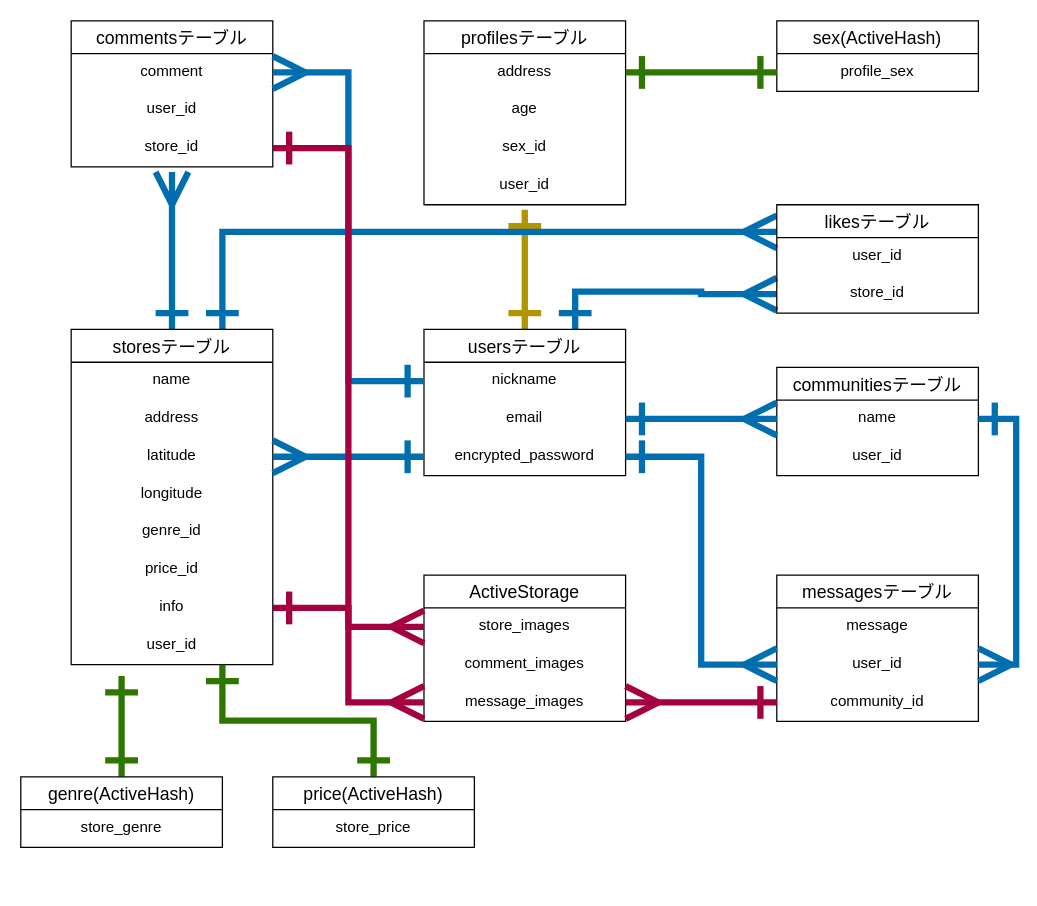
fujiidan/local-eating keeps this draw.io diagram as local-eating.dio. Above is the earlier version. Source tidied: cells renumbered, new cells numbered last; positions are measured from the earlier drawing's top-left corner, leaving out a move shared by most shapes. Both pictures are drawn from the tidied source at 126%, with x=0, y=0 at pixel (20, 20).
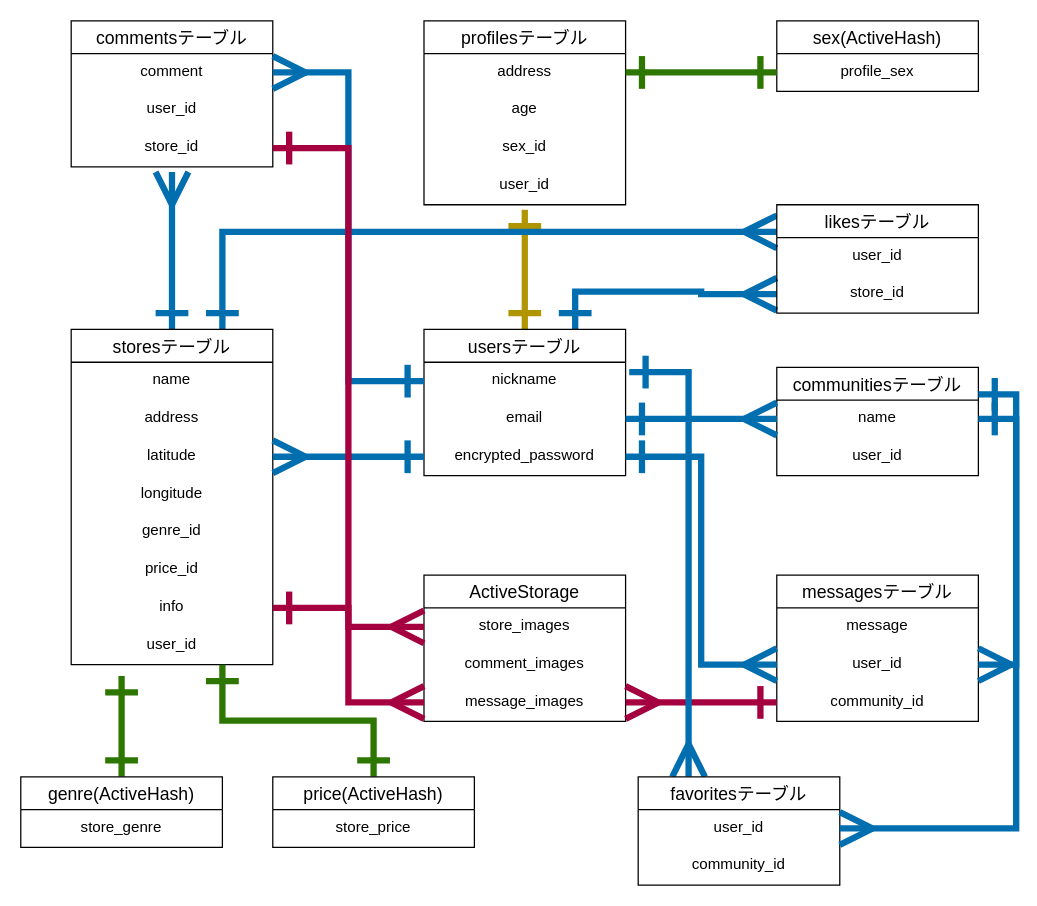
The same page after the edit.

Unchanged cells that the change refers to:
```xml
<mxCell id="5" value="nickname" style="text;strokeColor=none;fillColor=none;spacingLeft=4;spacingRight=4;overflow=hidden;points=[[0,0.5],[1,0.5]];portConstraint=eastwest;fontSize=12;align=center;" parent="4" vertex="1">
  <mxGeometry y="26" width="160" height="30" as="geometry" />
</mxCell>
<mxCell id="28" value="communitiesテーブル" style="swimlane;fontStyle=0;horizontal=1;startSize=26;align=center;fontSize=14;" parent="1" vertex="1">
  <mxGeometry x="600" y="275" width="160" height="86" as="geometry" />
</mxCell>
```

Diff of the diagram source:
```diff
@@
+    <mxCell id="59" style="edgeStyle=orthogonalEdgeStyle;rounded=0;jettySize=auto;html=1;exitX=0.25;exitY=0;exitDx=0;exitDy=0;entryX=1.018;entryY=0.26;entryDx=0;entryDy=0;entryPerimeter=0;startArrow=ERmany;startFill=0;startSize=20;endArrow=ERone;endFill=0;endSize=20;strokeWidth=5;fillColor=#1ba1e2;strokeColor=#006EAF;" parent="1" edge="1" source="60" target="5">
+      <mxGeometry relative="1" as="geometry" />
+    </mxCell>
+    <mxCell id="60" value="favoritesテーブル" style="swimlane;fontStyle=0;horizontal=1;startSize=26;align=center;fontSize=14;" parent="1" vertex="1">
+      <mxGeometry x="490" y="600" width="160" height="86" as="geometry" />
+    </mxCell>
+    <mxCell id="61" value="user_id" style="text;strokeColor=none;fillColor=none;spacingLeft=4;spacingRight=4;overflow=hidden;points=[[0,0.5],[1,0.5]];portConstraint=eastwest;fontSize=12;align=center;" parent="60" vertex="1">
+      <mxGeometry y="26" width="160" height="30" as="geometry" />
+    </mxCell>
+    <mxCell id="62" value="community_id" style="text;strokeColor=none;fillColor=none;spacingLeft=4;spacingRight=4;overflow=hidden;fontSize=12;align=center;" parent="60" vertex="1">
+      <mxGeometry y="56" width="160" height="30" as="geometry" />
+    </mxCell>
+    <mxCell id="63" style="edgeStyle=orthogonalEdgeStyle;rounded=0;jettySize=auto;html=1;exitX=1;exitY=0.5;exitDx=0;exitDy=0;entryX=1;entryY=0.25;entryDx=0;entryDy=0;fillColor=#1ba1e2;strokeColor=#006EAF;strokeWidth=5;endSize=20;startSize=20;endArrow=ERone;endFill=0;startArrow=ERmany;startFill=0;" parent="1" edge="1" source="61" target="28">
+      <mxGeometry relative="1" as="geometry" />
+    </mxCell>
```
